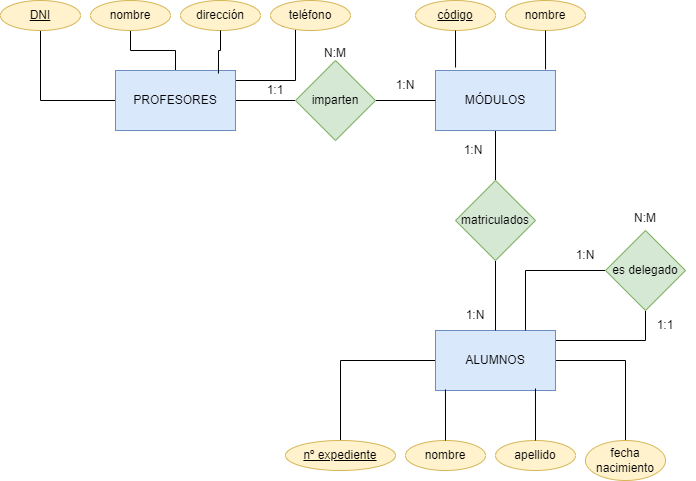
Earlier version of the draw.io export Unidad-1/Tareas/Tarea5/tarea5.drawio.png (YoooKai/Base-de-Datos). Source tidied: cells renumbered, new cells last; positions are measured from the earlier drawing's top-left corner, leaving out a move shared by most shapes.
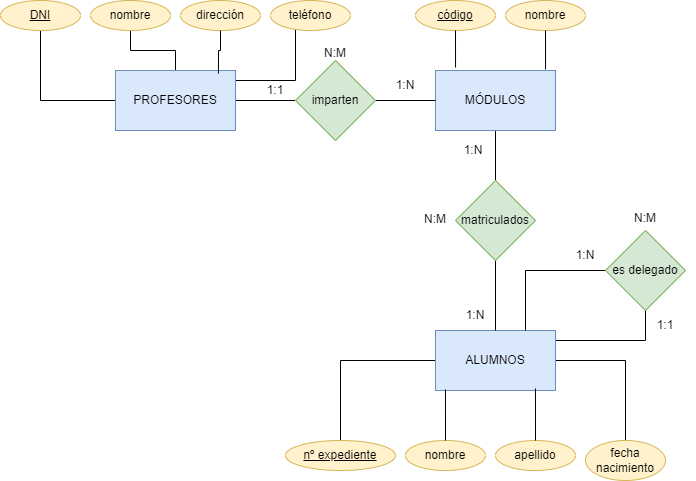
After the commit.

Change to the diagram source:
```diff
@@ -131,5 +131,8 @@
     <mxCell id="41" value="1:N" style="text;html=1;strokeColor=none;fillColor=none;align=center;verticalAlign=middle;whiteSpace=wrap;rounded=0;" parent="1" vertex="1">
       <mxGeometry x="445" y="300" width="60" height="30" as="geometry" />
     </mxCell>
+    <mxCell id="42" value="N:M" style="text;html=1;strokeColor=none;fillColor=none;align=center;verticalAlign=middle;whiteSpace=wrap;rounded=0;" parent="1" vertex="1">
+      <mxGeometry x="405" y="204" width="60" height="30" as="geometry" />
+    </mxCell>
   </root>
 </mxGraphModel>
```
